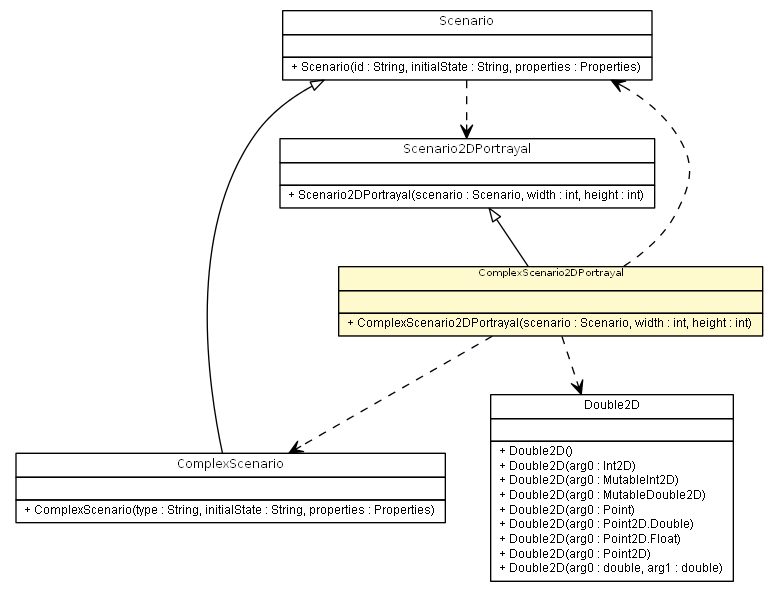
Before: apidocs/es/upm/dit/gsi/shanks/model/scenario/portrayal/ComplexScenario2DPortrayal.png, a diagram exported from Graphviz (gsi-upm/Shanks). Its source is kept beside it as apidocs/es/upm/dit/gsi/shanks/model/scenario/portrayal/ComplexScenario2DPortrayal.dot.
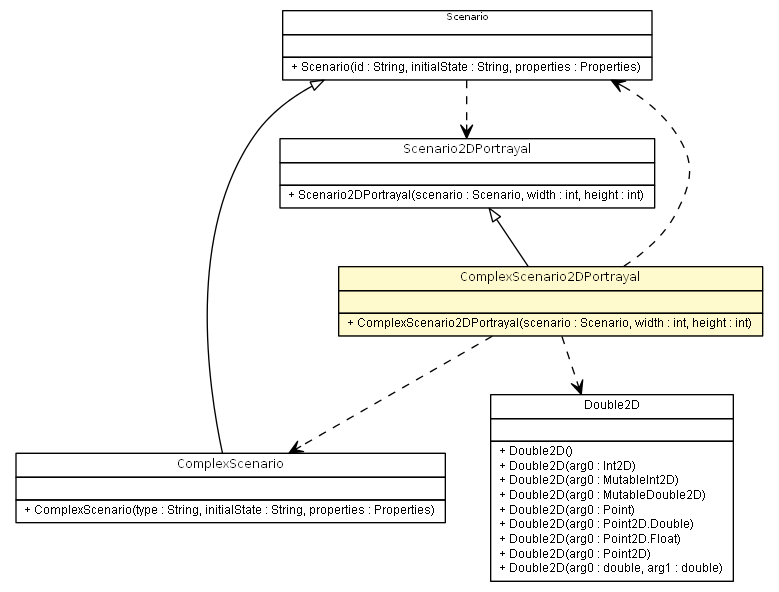
The same file after the commit.

The edit, as a diff of the source:
```diff
@@ -51,9 +51,9 @@
 	c7307:p -> c7308:p [dir=back,arrowtail=empty];
 	c7317:p -> c7319:p [dir=back,arrowtail=empty];
 	c7307:p -> c7317:p [taillabel="", label="", headlabel="", fontname="arial", fontcolor="black", fontsize=10.0, color="black", arrowhead=open, style=dashed];
+	c7319:p -> c7307:p [taillabel="", label="", headlabel="", fontname="arial", fontcolor="black", fontsize=10.0, color="black", arrowhead=open, style=dashed];
+	c7319:p -> c7308:p [taillabel="", label="", headlabel="", fontname="arial", fontcolor="black", fontsize=10.0, color="black", arrowhead=open, style=dashed];
 	c7319:p -> c7333:p [taillabel="", label="", headlabel="", fontname="arial", fontcolor="black", fontsize=10.0, color="black", arrowhead=open, style=dashed];
-	c7319:p -> c7308:p [taillabel="", label="", headlabel="", fontname="arial", fontcolor="black", fontsize=10.0, color="black", arrowhead=open, style=dashed];
-	c7319:p -> c7307:p [taillabel="", label="", headlabel="", fontname="arial", fontcolor="black", fontsize=10.0, color="black", arrowhead=open, style=dashed];
 	c7333 [label=<<table title="sim.util.Double2D" border="0" cellborder="1" cellspacing="0" cellpadding="2" port="p" href="http://java.sun.com/j2se/1.4.2/docs/api/sim/util/Double2D.html">
 		<tr><td><table border="0" cellspacing="0" cellpadding="1">
 <tr><td align="center" balign="center"> Double2D </td></tr>
```
